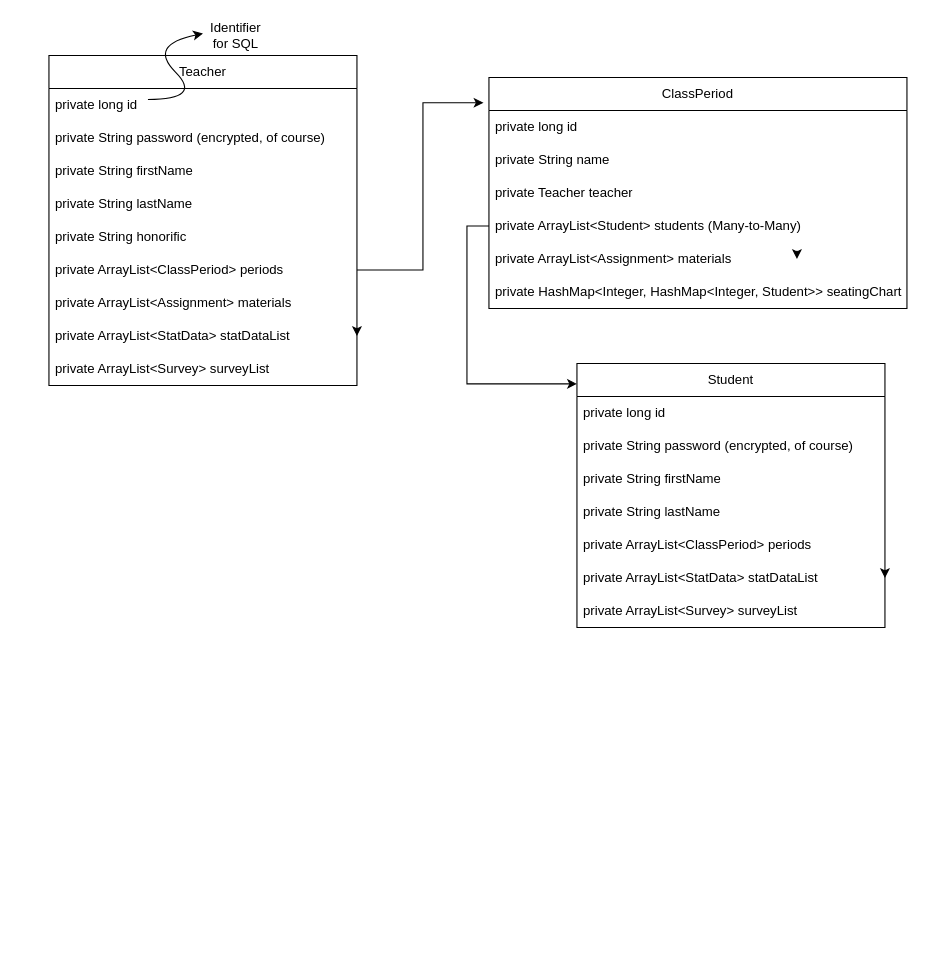
Before: assets/teacherobject.drawio in John-sCC/jcc_frontend, a draw.io diagram. Source tidied: cells renumbered, new cells numbered last; positions are measured from the earlier drawing's top-left corner, leaving out a move shared by most shapes. Both pictures are drawn from the tidied source at 110%, with x=0, y=0 at pixel (48, 19).
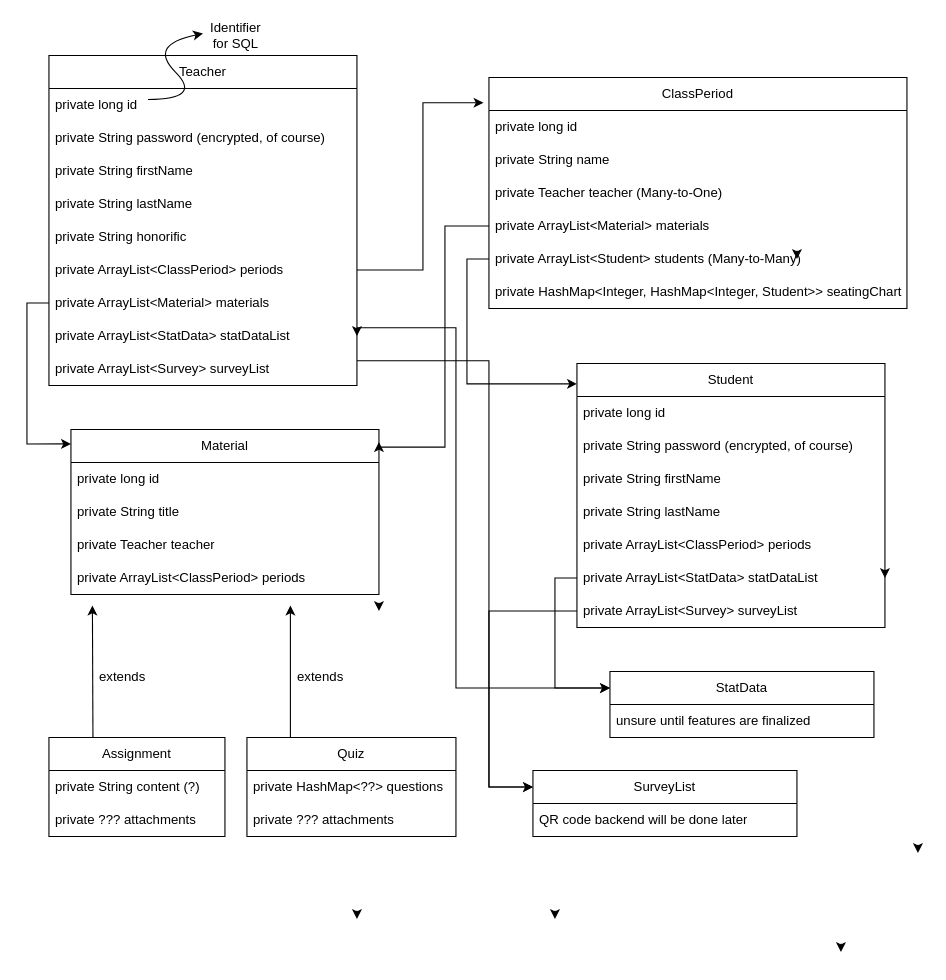
The same page after the edit.

Unchanged cells that the change refers to:
```xml
<mxCell id="2" value="Teacher" style="swimlane;fontStyle=0;horizontal=1;startSize=30;whiteSpace=wrap;html=1;" parent="1" vertex="1">
  <mxGeometry y="33" width="280" height="300" as="geometry" />
</mxCell>
<mxCell id="11" value="private ArrayList&amp;lt;StatData&amp;gt; statDataList" style="text;html=1;strokeColor=none;fillColor=none;align=left;verticalAlign=middle;whiteSpace=wrap;rounded=0;spacingLeft=4;" parent="2" vertex="1">
  <mxGeometry y="240" width="280" height="30" as="geometry" />
</mxCell>
<mxCell id="13" value="private ArrayList&amp;lt;Survey&amp;gt; surveyList" style="text;html=1;strokeColor=none;fillColor=none;align=left;verticalAlign=middle;whiteSpace=wrap;rounded=0;spacingLeft=4;" parent="2" vertex="1">
  <mxGeometry y="270" width="280" height="30" as="geometry" />
</mxCell>
<mxCell id="21" value="private ArrayList&amp;lt;StatData&amp;gt; statDataList" style="text;html=1;strokeColor=none;fillColor=none;align=left;verticalAlign=middle;whiteSpace=wrap;rounded=0;spacingLeft=4;" parent="15" vertex="1">
  <mxGeometry y="180" width="280" height="30" as="geometry" />
</mxCell>
<mxCell id="23" value="private ArrayList&amp;lt;Survey&amp;gt; surveyList" style="text;html=1;strokeColor=none;fillColor=none;align=left;verticalAlign=middle;whiteSpace=wrap;rounded=0;spacingLeft=4;" parent="15" vertex="1">
  <mxGeometry y="210" width="280" height="30" as="geometry" />
</mxCell>
<mxCell id="24" value="ClassPeriod" style="swimlane;fontStyle=0;horizontal=1;startSize=30;whiteSpace=wrap;html=1;" parent="1" vertex="1">
  <mxGeometry x="400" y="53" width="380" height="210" as="geometry" />
</mxCell>
```

Diff of the diagram source:
```diff
@@
-    <mxCell id="10" value="private ArrayList&amp;lt;Assignment&amp;gt; materials" style="text;html=1;strokeColor=none;fillColor=none;align=left;verticalAlign=middle;whiteSpace=wrap;rounded=0;spacingLeft=4;" parent="2" vertex="1">
+    <mxCell id="10" value="private ArrayList&amp;lt;Material&amp;gt; materials" style="text;html=1;strokeColor=none;fillColor=none;align=left;verticalAlign=middle;whiteSpace=wrap;rounded=0;spacingLeft=4;" parent="2" vertex="1">
       <mxGeometry y="210" width="280" height="30" as="geometry" />
     </mxCell>
@@
-    <mxCell id="27" value="private Teacher teacher" style="text;strokeColor=none;fillColor=none;align=left;verticalAlign=middle;spacingLeft=4;spacingRight=4;overflow=hidden;whiteSpace=wrap;html=1;" parent="24" vertex="1">
+    <mxCell id="27" value="private Teacher teacher (Many-to-One)" style="text;strokeColor=none;fillColor=none;align=left;verticalAlign=middle;spacingLeft=4;spacingRight=4;overflow=hidden;whiteSpace=wrap;html=1;" parent="24" vertex="1">
       <mxGeometry y="90" width="380" height="30" as="geometry" />
     </mxCell>
-    <mxCell id="28" value="private ArrayList&amp;lt;Student&amp;gt; students (Many-to-Many)" style="text;html=1;strokeColor=none;fillColor=none;align=left;verticalAlign=middle;whiteSpace=wrap;rounded=0;spacingLeft=4;" parent="24" vertex="1">
-      <mxGeometry y="120" width="380" height="30" as="geometry" />
-    </mxCell>
@@
-    <mxCell id="30" value="private ArrayList&amp;lt;Assignment&amp;gt; materials" style="text;html=1;strokeColor=none;fillColor=none;align=left;verticalAlign=middle;whiteSpace=wrap;rounded=0;spacingLeft=4;" parent="24" vertex="1">
-      <mxGeometry y="150" width="380" height="30" as="geometry" />
+    <mxCell id="30" value="private ArrayList&amp;lt;Material&amp;gt; materials" style="text;html=1;strokeColor=none;fillColor=none;align=left;verticalAlign=middle;whiteSpace=wrap;rounded=0;spacingLeft=4;" parent="24" vertex="1">
+      <mxGeometry y="120" width="380" height="30" as="geometry" />
     </mxCell>
+    <mxCell id="28" value="private ArrayList&amp;lt;Student&amp;gt; students (Many-to-Many)" style="text;html=1;strokeColor=none;fillColor=none;align=left;verticalAlign=middle;whiteSpace=wrap;rounded=0;spacingLeft=4;" parent="24" vertex="1">
+      <mxGeometry y="150" width="380" height="30" as="geometry" />
+    </mxCell>
@@
+    <mxCell id="34" value="Material" style="swimlane;fontStyle=0;horizontal=1;startSize=30;whiteSpace=wrap;html=1;" parent="1" vertex="1">
+      <mxGeometry x="20" y="373" width="280" height="150" as="geometry" />
+    </mxCell>
+    <mxCell id="35" value="private long id" style="text;strokeColor=none;fillColor=none;align=left;verticalAlign=middle;spacingLeft=4;spacingRight=4;overflow=hidden;whiteSpace=wrap;html=1;" parent="34" vertex="1">
+      <mxGeometry y="30" width="280" height="30" as="geometry" />
+    </mxCell>
+    <mxCell id="36" value="private String title" style="text;strokeColor=none;fillColor=none;align=left;verticalAlign=middle;spacingLeft=4;spacingRight=4;overflow=hidden;whiteSpace=wrap;html=1;" parent="34" vertex="1">
+      <mxGeometry y="60" width="280" height="30" as="geometry" />
+    </mxCell>
+    <mxCell id="37" value="private Teacher teacher" style="text;strokeColor=none;fillColor=none;align=left;verticalAlign=middle;spacingLeft=4;spacingRight=4;overflow=hidden;whiteSpace=wrap;html=1;" parent="34" vertex="1">
+      <mxGeometry y="90" width="280" height="30" as="geometry" />
+    </mxCell>
+    <mxCell id="38" value="private ArrayList&amp;lt;ClassPeriod&amp;gt; periods" style="text;html=1;strokeColor=none;fillColor=none;align=left;verticalAlign=middle;whiteSpace=wrap;rounded=0;spacingLeft=4;" parent="34" vertex="1">
+      <mxGeometry y="120" width="280" height="30" as="geometry" />
+    </mxCell>
+    <mxCell id="39" style="edgeStyle=orthogonalEdgeStyle;rounded=0;orthogonalLoop=1;jettySize=auto;html=1;exitX=1;exitY=0.25;exitDx=0;exitDy=0;entryX=1;entryY=0.5;entryDx=0;entryDy=0;" parent="34" edge="1">
+      <mxGeometry relative="1" as="geometry">
+        <mxPoint x="280" y="157.5" as="sourcePoint" />
+        <mxPoint x="280" y="165" as="targetPoint" />
+      </mxGeometry>
+    </mxCell>
+    <mxCell id="40" style="edgeStyle=orthogonalEdgeStyle;rounded=0;jettySize=auto;html=1;exitX=0;exitY=0.5;exitDx=0;exitDy=0;entryX=0;entryY=0.087;entryDx=0;entryDy=0;entryPerimeter=0;" parent="1" edge="1" source="10" target="34">
+      <mxGeometry relative="1" as="geometry" />
+    </mxCell>
+    <mxCell id="41" style="edgeStyle=orthogonalEdgeStyle;rounded=0;jettySize=auto;html=1;exitX=0;exitY=0.5;exitDx=0;exitDy=0;entryX=1;entryY=0.076;entryDx=0;entryDy=0;entryPerimeter=0;" parent="1" edge="1" source="30" target="34">
+      <mxGeometry relative="1" as="geometry">
+        <Array as="points">
+          <mxPoint x="360" y="188" />
+          <mxPoint x="360" y="389" />
+        </Array>
+      </mxGeometry>
+    </mxCell>
+    <mxCell id="42" style="edgeStyle=orthogonalEdgeStyle;rounded=0;jettySize=auto;html=1;exitX=0.25;exitY=0;exitDx=0;exitDy=0;" parent="1" edge="1" source="43">
+      <mxGeometry relative="1" as="geometry">
+        <mxPoint x="39.5" y="533" as="targetPoint" />
+      </mxGeometry>
+    </mxCell>
+    <mxCell id="43" value="Assignment" style="swimlane;fontStyle=0;horizontal=1;startSize=30;whiteSpace=wrap;html=1;" parent="1" vertex="1">
+      <mxGeometry y="653" width="160" height="90" as="geometry" />
+    </mxCell>
+    <mxCell id="44" value="private String content (?)" style="text;strokeColor=none;fillColor=none;align=left;verticalAlign=middle;spacingLeft=4;spacingRight=4;overflow=hidden;whiteSpace=wrap;html=1;" parent="43" vertex="1">
+      <mxGeometry y="30" width="160" height="30" as="geometry" />
+    </mxCell>
+    <mxCell id="45" style="edgeStyle=orthogonalEdgeStyle;rounded=0;orthogonalLoop=1;jettySize=auto;html=1;exitX=1;exitY=0.25;exitDx=0;exitDy=0;entryX=1;entryY=0.5;entryDx=0;entryDy=0;" parent="43" edge="1">
+      <mxGeometry relative="1" as="geometry">
+        <mxPoint x="280" y="157.5" as="sourcePoint" />
+        <mxPoint x="280" y="165" as="targetPoint" />
+      </mxGeometry>
+    </mxCell>
+    <mxCell id="46" value="private ??? attachments" style="text;html=1;strokeColor=none;fillColor=none;align=left;verticalAlign=middle;whiteSpace=wrap;rounded=0;spacingLeft=4;" parent="43" vertex="1">
+      <mxGeometry y="60" width="160" height="30" as="geometry" />
+    </mxCell>
+    <mxCell id="47" value="extends" style="text;strokeColor=none;fillColor=none;align=left;verticalAlign=middle;spacingLeft=4;spacingRight=4;overflow=hidden;whiteSpace=wrap;html=1;" parent="1" vertex="1">
+      <mxGeometry x="40" y="583" width="160" height="30" as="geometry" />
+    </mxCell>
+    <mxCell id="48" style="edgeStyle=orthogonalEdgeStyle;rounded=0;jettySize=auto;html=1;exitX=0.25;exitY=0;exitDx=0;exitDy=0;" parent="1" edge="1" source="49">
+      <mxGeometry relative="1" as="geometry">
+        <mxPoint x="219.5" y="533" as="targetPoint" />
+        <Array as="points">
+          <mxPoint x="220" y="653" />
+        </Array>
+      </mxGeometry>
+    </mxCell>
+    <mxCell id="49" value="Quiz" style="swimlane;fontStyle=0;horizontal=1;startSize=30;whiteSpace=wrap;html=1;" parent="1" vertex="1">
+      <mxGeometry x="180" y="653" width="190" height="90" as="geometry" />
+    </mxCell>
+    <mxCell id="50" value="private HashMap&amp;lt;??&amp;gt; questions" style="text;strokeColor=none;fillColor=none;align=left;verticalAlign=middle;spacingLeft=4;spacingRight=4;overflow=hidden;whiteSpace=wrap;html=1;" parent="49" vertex="1">
+      <mxGeometry y="30" width="190" height="30" as="geometry" />
+    </mxCell>
+    <mxCell id="51" style="edgeStyle=orthogonalEdgeStyle;rounded=0;orthogonalLoop=1;jettySize=auto;html=1;exitX=1;exitY=0.25;exitDx=0;exitDy=0;entryX=1;entryY=0.5;entryDx=0;entryDy=0;" parent="49" edge="1">
+      <mxGeometry relative="1" as="geometry">
+        <mxPoint x="280" y="157.5" as="sourcePoint" />
+        <mxPoint x="280" y="165" as="targetPoint" />
+      </mxGeometry>
+    </mxCell>
+    <mxCell id="52" value="private ??? attachments" style="text;html=1;strokeColor=none;fillColor=none;align=left;verticalAlign=middle;whiteSpace=wrap;rounded=0;spacingLeft=4;" parent="49" vertex="1">
+      <mxGeometry y="60" width="190" height="30" as="geometry" />
+    </mxCell>
+    <mxCell id="53" value="extends" style="text;strokeColor=none;fillColor=none;align=left;verticalAlign=middle;spacingLeft=4;spacingRight=4;overflow=hidden;whiteSpace=wrap;html=1;" parent="1" vertex="1">
+      <mxGeometry x="220" y="583" width="160" height="30" as="geometry" />
+    </mxCell>
+    <mxCell id="54" value="StatData" style="swimlane;fontStyle=0;horizontal=1;startSize=30;whiteSpace=wrap;html=1;" parent="1" vertex="1">
+      <mxGeometry x="510" y="593" width="240" height="60" as="geometry" />
+    </mxCell>
+    <mxCell id="55" value="unsure until features are finalized" style="text;strokeColor=none;fillColor=none;align=left;verticalAlign=middle;spacingLeft=4;spacingRight=4;overflow=hidden;whiteSpace=wrap;html=1;" parent="54" vertex="1">
+      <mxGeometry y="30" width="240" height="30" as="geometry" />
+    </mxCell>
+    <mxCell id="56" style="edgeStyle=orthogonalEdgeStyle;rounded=0;orthogonalLoop=1;jettySize=auto;html=1;exitX=1;exitY=0.25;exitDx=0;exitDy=0;entryX=1;entryY=0.5;entryDx=0;entryDy=0;" parent="54" edge="1">
+      <mxGeometry relative="1" as="geometry">
+        <mxPoint x="280" y="157.5" as="sourcePoint" />
+        <mxPoint x="280" y="165" as="targetPoint" />
+      </mxGeometry>
+    </mxCell>
+    <mxCell id="57" style="edgeStyle=orthogonalEdgeStyle;rounded=0;jettySize=auto;html=1;exitX=1;exitY=0.25;exitDx=0;exitDy=0;entryX=0;entryY=0.25;entryDx=0;entryDy=0;" parent="1" edge="1" source="11" target="54">
+      <mxGeometry relative="1" as="geometry">
+        <Array as="points">
+          <mxPoint x="370" y="280" />
+          <mxPoint x="370" y="608" />
+        </Array>
+      </mxGeometry>
+    </mxCell>
+    <mxCell id="58" style="edgeStyle=orthogonalEdgeStyle;rounded=0;jettySize=auto;html=1;exitX=0;exitY=0.5;exitDx=0;exitDy=0;entryX=0;entryY=0.25;entryDx=0;entryDy=0;" parent="1" edge="1" source="21" target="54">
+      <mxGeometry relative="1" as="geometry" />
+    </mxCell>
+    <mxCell id="59" value="SurveyList" style="swimlane;fontStyle=0;horizontal=1;startSize=30;whiteSpace=wrap;html=1;" parent="1" vertex="1">
+      <mxGeometry x="440" y="683" width="240" height="60" as="geometry" />
+    </mxCell>
+    <mxCell id="60" value="QR code backend will be done later" style="text;strokeColor=none;fillColor=none;align=left;verticalAlign=middle;spacingLeft=4;spacingRight=4;overflow=hidden;whiteSpace=wrap;html=1;" parent="59" vertex="1">
+      <mxGeometry y="30" width="240" height="30" as="geometry" />
+    </mxCell>
+    <mxCell id="61" style="edgeStyle=orthogonalEdgeStyle;rounded=0;orthogonalLoop=1;jettySize=auto;html=1;exitX=1;exitY=0.25;exitDx=0;exitDy=0;entryX=1;entryY=0.5;entryDx=0;entryDy=0;" parent="59" edge="1">
+      <mxGeometry relative="1" as="geometry">
+        <mxPoint x="280" y="157.5" as="sourcePoint" />
+        <mxPoint x="280" y="165" as="targetPoint" />
+      </mxGeometry>
+    </mxCell>
+    <mxCell id="62" style="edgeStyle=orthogonalEdgeStyle;rounded=0;jettySize=auto;html=1;exitX=1;exitY=0.25;exitDx=0;exitDy=0;entryX=0;entryY=0.25;entryDx=0;entryDy=0;" parent="1" edge="1" source="13" target="59">
+      <mxGeometry relative="1" as="geometry">
+        <Array as="points">
+          <mxPoint x="400" y="310" />
+          <mxPoint x="400" y="698" />
+        </Array>
+      </mxGeometry>
+    </mxCell>
+    <mxCell id="63" style="edgeStyle=orthogonalEdgeStyle;rounded=0;jettySize=auto;html=1;exitX=0;exitY=0.5;exitDx=0;exitDy=0;entryX=0;entryY=0.25;entryDx=0;entryDy=0;" parent="1" edge="1" source="23" target="59">
+      <mxGeometry relative="1" as="geometry">
+        <Array as="points">
+          <mxPoint x="400" y="538" />
+          <mxPoint x="400" y="698" />
+        </Array>
+      </mxGeometry>
+    </mxCell>
```
